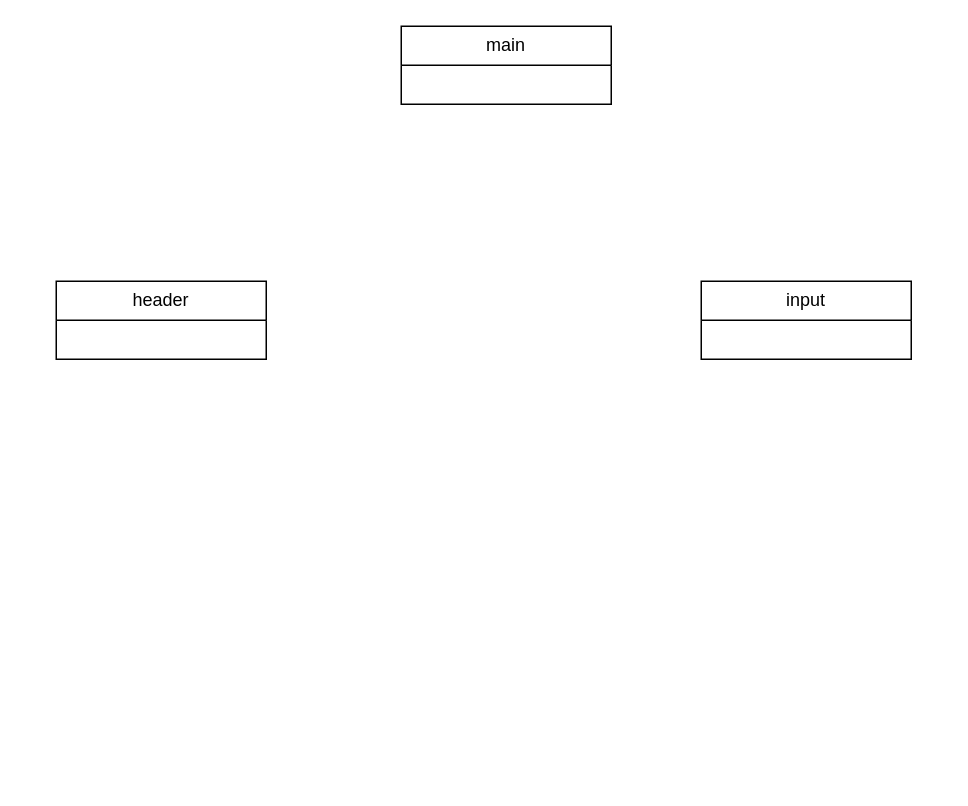
Earlier version of the draw.io diagram Programs/BitmapDisplay/Modulkonzept.drawio (eljollo/ITS-BRD-VSC). Source tidied: cells renumbered, new cells numbered last; positions are measured from the earlier drawing's top-left corner, leaving out a move shared by most shapes. Both pictures are drawn from the tidied source at 150%, with x=0, y=0 at pixel (56, 26).
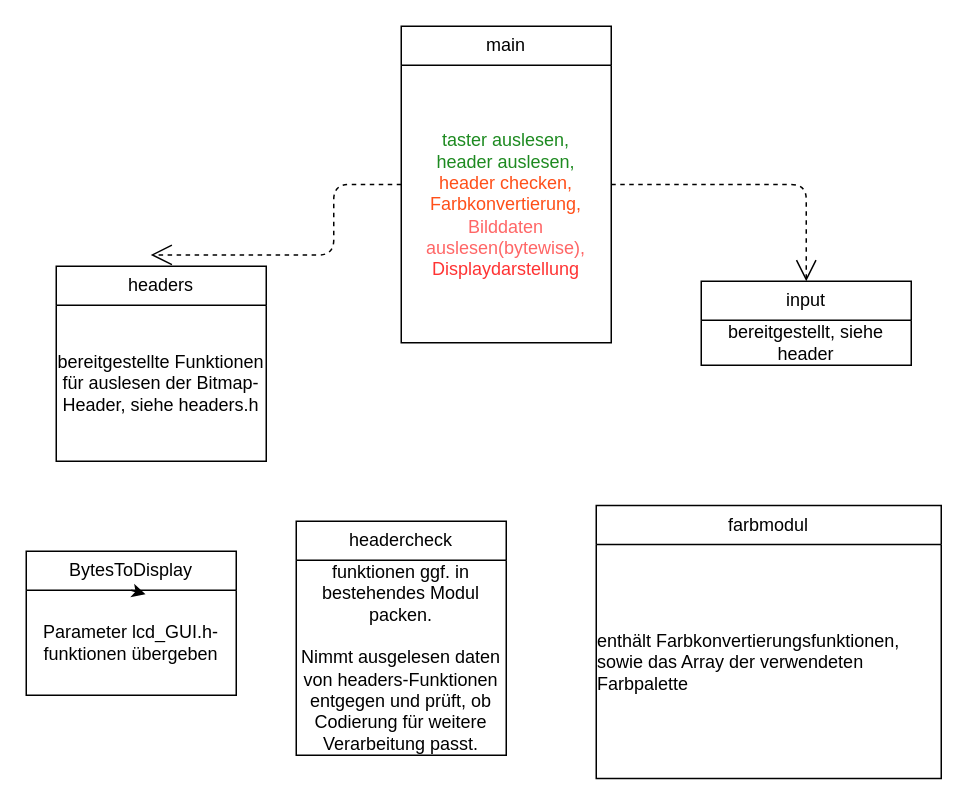
The same page after the edit.

Commit message:
edited Modulkonzept to latest discussion results

Diff of the diagram source:
```diff
@@
 <mxGraphModel>
   <root>
     <mxCell id="0" />
     <mxCell id="1" parent="0" />
     <mxCell id="2" value="main" style="swimlane;fontStyle=0;horizontal=1;startSize=26;fillColor=none;whiteSpace=wrap;html=1;" parent="1" vertex="1">
-      <mxGeometry x="230" width="140" height="52" as="geometry" />
+      <mxGeometry x="230" width="140" height="211" as="geometry" />
     </mxCell>
+    <mxCell id="5" value="&lt;span style=&quot;color: rgb(29, 138, 32);&quot;&gt;taster auslesen,&lt;/span&gt;&lt;div&gt;&lt;span style=&quot;color: rgb(29, 138, 32);&quot;&gt;header auslesen,&lt;/span&gt;&lt;/div&gt;&lt;div&gt;&lt;span style=&quot;color: rgb(255, 79, 25);&quot;&gt;header checken,&lt;br&gt;Farbkonvertierung,&lt;/span&gt;&lt;/div&gt;&lt;div&gt;&lt;span style=&quot;color: rgb(255, 102, 102);&quot;&gt;Bilddaten auslesen(bytewise),&lt;/span&gt;&lt;/div&gt;&lt;div&gt;&lt;span style=&quot;color: rgb(255, 51, 51);&quot;&gt;Displaydarstellung&lt;/span&gt;&lt;/div&gt;" style="text;html=1;whiteSpace=wrap;strokeColor=none;fillColor=none;align=center;verticalAlign=middle;rounded=0;" parent="2" vertex="1">
+      <mxGeometry y="26" width="140" height="185" as="geometry" />
+    </mxCell>
     <mxCell id="3" value="input" style="swimlane;fontStyle=0;horizontal=1;startSize=26;fillColor=none;whiteSpace=wrap;html=1;" parent="1" vertex="1">
-      <mxGeometry x="430" y="170" width="140" height="52" as="geometry" />
+      <mxGeometry x="430" y="170" width="140" height="56" as="geometry" />
     </mxCell>
+    <mxCell id="6" value="bereitgestellt, siehe header" style="text;html=1;whiteSpace=wrap;strokeColor=none;fillColor=none;align=center;verticalAlign=middle;rounded=0;" parent="3" vertex="1">
+      <mxGeometry y="26" width="140" height="30" as="geometry" />
+    </mxCell>
-    <mxCell id="4" value="header" style="swimlane;fontStyle=0;horizontal=1;startSize=26;fillColor=none;whiteSpace=wrap;html=1;" parent="1" vertex="1">
-      <mxGeometry y="170" width="140" height="52" as="geometry" />
+    <mxCell id="4" value="headers" style="swimlane;fontStyle=0;horizontal=1;startSize=26;fillColor=none;whiteSpace=wrap;html=1;" parent="1" vertex="1">
+      <mxGeometry y="160" width="140" height="130" as="geometry" />
     </mxCell>
+    <mxCell id="7" value="bereitgestellte Funktionen für auslesen der Bitmap-Header, siehe headers.h" style="text;html=1;whiteSpace=wrap;strokeColor=none;fillColor=none;align=center;verticalAlign=middle;rounded=0;" parent="4" vertex="1">
+      <mxGeometry y="26" width="140" height="104" as="geometry" />
+    </mxCell>
+    <mxCell id="8" style="endArrow=open;endSize=12;dashed=1;html=1;exitX=1;exitY=0.5;exitDx=0;exitDy=0;edgeStyle=orthogonalEdgeStyle;entryX=0.5;entryY=0;entryDx=0;entryDy=0;" parent="1" edge="1" source="2" target="3">
+      <mxGeometry relative="1" as="geometry" />
+    </mxCell>
+    <mxCell id="9" style="endArrow=open;endSize=12;dashed=1;html=1;edgeStyle=orthogonalEdgeStyle;entryX=0.45;entryY=-0.058;entryDx=0;entryDy=0;entryPerimeter=0;exitX=0;exitY=0.5;exitDx=0;exitDy=0;" parent="1" edge="1" source="2" target="4">
+      <mxGeometry x="-0.16" relative="1" as="geometry" />
+    </mxCell>
+    <mxCell id="10" value="BytesToDisplay" style="swimlane;fontStyle=0;horizontal=1;startSize=26;fillColor=none;whiteSpace=wrap;html=1;" parent="1" vertex="1">
+      <mxGeometry x="-20" y="350" width="140" height="96" as="geometry" />
+    </mxCell>
+    <mxCell id="11" value="Parameter lcd_GUI.h-funktionen übergeben" style="text;html=1;whiteSpace=wrap;strokeColor=none;fillColor=none;align=center;verticalAlign=middle;rounded=0;" parent="10" vertex="1">
+      <mxGeometry y="26" width="140" height="70" as="geometry" />
+    </mxCell>
+    <mxCell id="12" style="edgeStyle=orthogonalEdgeStyle;html=1;innerLoopWaypoints=1;exitX=0.5;exitY=0;exitDx=0;exitDy=0;entryX=0.568;entryY=0.039;entryDx=0;entryDy=0;entryPerimeter=0;" parent="10" edge="1" source="11" target="11">
+      <mxGeometry relative="1" as="geometry" />
+    </mxCell>
+    <mxCell id="13" value="headercheck" style="swimlane;fontStyle=0;horizontal=1;startSize=26;fillColor=none;whiteSpace=wrap;html=1;" parent="1" vertex="1">
+      <mxGeometry x="160" y="330" width="140" height="156" as="geometry" />
+    </mxCell>
+    <mxCell id="14" value="funktionen ggf. in bestehendes Modul packen.&lt;br&gt;&lt;br&gt;Nimmt ausgelesen daten von headers-Funktionen entgegen und prüft, ob Codierung für weitere Verarbeitung passt." style="text;html=1;whiteSpace=wrap;strokeColor=none;fillColor=none;align=center;verticalAlign=middle;rounded=0;" parent="13" vertex="1">
+      <mxGeometry y="26" width="140" height="130" as="geometry" />
+    </mxCell>
+    <mxCell id="15" value="farbmodul" style="swimlane;fontStyle=0;horizontal=1;startSize=26;fillColor=none;whiteSpace=wrap;html=1;" parent="1" vertex="1">
+      <mxGeometry x="360" y="319.5" width="230" height="182" as="geometry" />
+    </mxCell>
+    <mxCell id="16" value="&lt;div style=&quot;text-align: left;&quot;&gt;&lt;span style=&quot;background-color: transparent;&quot;&gt;enthält Farbkonvertierungsfunktionen, sowie das Array der verwendeten Farbpalette&lt;/span&gt;&lt;/div&gt;" style="text;html=1;whiteSpace=wrap;strokeColor=none;fillColor=none;align=center;verticalAlign=middle;rounded=0;" parent="15" vertex="1">
+      <mxGeometry y="26" width="230" height="156" as="geometry" />
+    </mxCell>
   </root>
 </mxGraphModel>
```
